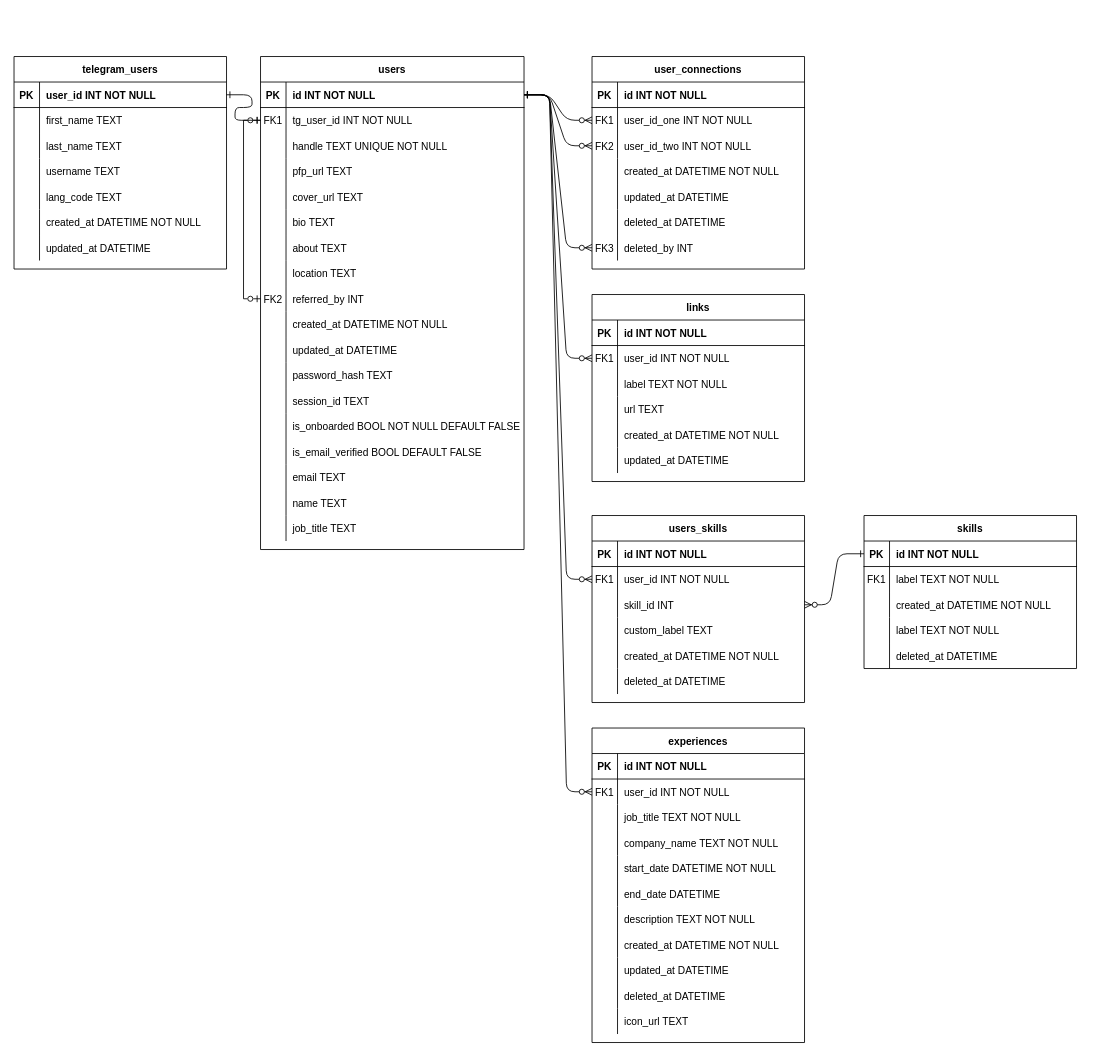
This is tg-profile-entity-class-diagram.drawio from ImWaynnee/tg-profile-class-diagram, a draw.io file, before an edit. Source tidied: cells renumbered, new cells numbered last; positions are measured from the earlier drawing's top-left corner, leaving out a move shared by most shapes. Both pictures are drawn from the tidied source at 85%, with x=0, y=0 at pixel (14, 56).
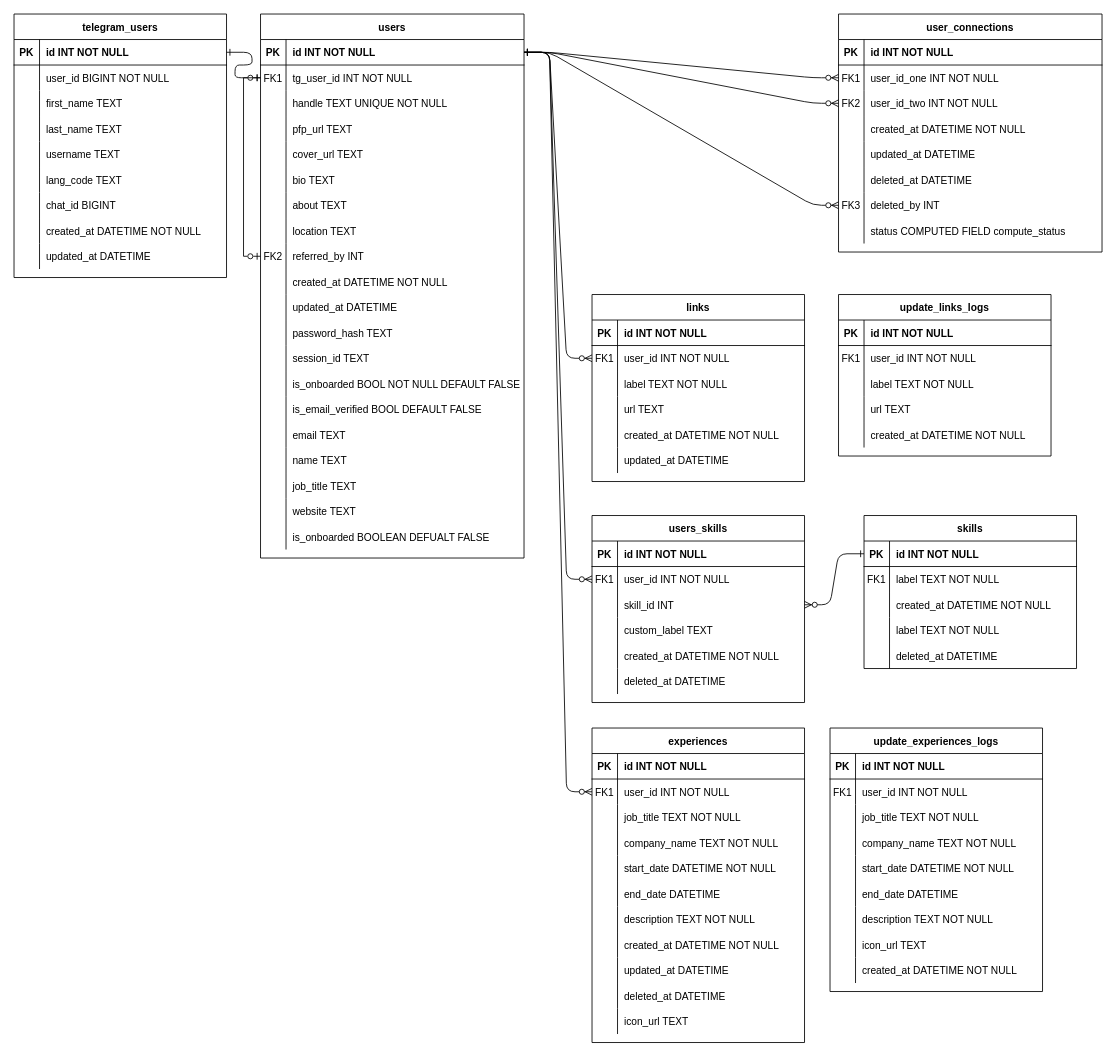
The same page after the edit.

Unchanged cells that the change refers to:
```xml
<mxCell id="79" style="shape=partialRectangle;fillColor=none;points=[[0,0.5],[1,0.5]];portConstraint=eastwest;top=0;left=0;right=0;bottom=1;" parent="78" vertex="1">
  <mxGeometry y="30" width="250" height="30" as="geometry" />
</mxCell>
```

Diff of the diagram source:
```diff
@@
     <mxCell id="4" value="users" style="shape=table;startSize=30;childLayout=tableLayout;rowLines=0;fontStyle=1;align=center;" parent="1" vertex="1">
-      <mxGeometry x="290" width="310" height="580" as="geometry" />
+      <mxGeometry x="290" y="-50" width="310" height="640" as="geometry" />
     </mxCell>
@@
+    <mxCell id="199" style="shape=partialRectangle;fillColor=none;top=0;left=0;right=0;bottom=0;" parent="4" vertex="1">
+      <mxGeometry y="540" width="310" height="30" as="geometry" />
+    </mxCell>
+    <mxCell id="200" style="shape=partialRectangle;overflow=hidden;fillColor=none;top=0;left=0;bottom=0;right=0;" parent="199" vertex="1">
+      <mxGeometry width="30" height="30" as="geometry" />
+    </mxCell>
+    <mxCell id="201" value="job_title TEXT" style="shape=partialRectangle;overflow=hidden;fillColor=none;top=0;left=0;bottom=0;right=0;align=left;spacingLeft=6;" parent="199" vertex="1">
+      <mxGeometry x="30" width="280" height="30" as="geometry" />
+    </mxCell>
+    <mxCell id="202" style="shape=partialRectangle;fillColor=none;top=0;left=0;right=0;bottom=0;" parent="4" vertex="1">
+      <mxGeometry y="570" width="310" height="30" as="geometry" />
+    </mxCell>
+    <mxCell id="203" style="shape=partialRectangle;overflow=hidden;fillColor=none;top=0;left=0;bottom=0;right=0;" parent="202" vertex="1">
+      <mxGeometry width="30" height="30" as="geometry" />
+    </mxCell>
+    <mxCell id="204" value="website TEXT" style="shape=partialRectangle;overflow=hidden;fillColor=none;top=0;left=0;bottom=0;right=0;align=left;spacingLeft=6;" parent="202" vertex="1">
+      <mxGeometry x="30" width="280" height="30" as="geometry" />
+    </mxCell>
     <mxCell id="56" style="shape=partialRectangle;fillColor=none;top=0;left=0;right=0;bottom=0;" parent="4" vertex="1">
-      <mxGeometry y="540" width="310" height="30" as="geometry" />
+      <mxGeometry y="600" width="310" height="30" as="geometry" />
     </mxCell>
@@
-    <mxCell id="58" value="job_title TEXT" style="shape=partialRectangle;overflow=hidden;fillColor=none;top=0;left=0;bottom=0;right=0;align=left;spacingLeft=6;" parent="56" vertex="1">
+    <mxCell id="58" value="is_onboarded BOOLEAN DEFUALT FALSE" style="shape=partialRectangle;overflow=hidden;fillColor=none;top=0;left=0;bottom=0;right=0;align=left;spacingLeft=6;" parent="56" vertex="1">
       <mxGeometry x="30" width="280" height="30" as="geometry" />
     </mxCell>
@@
     <mxCell id="78" value="telegram_users" style="shape=table;startSize=30;childLayout=tableLayout;rowLines=0;fontStyle=1;align=center;" parent="1" vertex="1">
-      <mxGeometry width="250" height="250" as="geometry" />
+      <mxGeometry y="-50" width="250" height="310" as="geometry" />
     </mxCell>
@@
-    <mxCell id="81" value="user_id INT NOT NULL " style="shape=partialRectangle;overflow=hidden;fillColor=none;top=0;left=0;bottom=0;right=0;align=left;spacingLeft=6;fontStyle=1;" parent="79" vertex="1">
+    <mxCell id="81" value="id INT NOT NULL " style="shape=partialRectangle;overflow=hidden;fillColor=none;top=0;left=0;bottom=0;right=0;align=left;spacingLeft=6;fontStyle=1;" parent="79" vertex="1">
       <mxGeometry x="30" width="220" height="30" as="geometry" />
     </mxCell>
+    <mxCell id="205" style="shape=partialRectangle;fillColor=none;top=0;left=0;right=0;bottom=0;" parent="78" vertex="1">
+      <mxGeometry y="60" width="250" height="30" as="geometry" />
+    </mxCell>
+    <mxCell id="206" style="shape=partialRectangle;overflow=hidden;fillColor=none;top=0;left=0;bottom=0;right=0;" parent="205" vertex="1">
+      <mxGeometry width="30" height="30" as="geometry" />
+    </mxCell>
+    <mxCell id="207" value="user_id BIGINT NOT NULL" style="shape=partialRectangle;overflow=hidden;fillColor=none;top=0;left=0;bottom=0;right=0;align=left;spacingLeft=6;" parent="205" vertex="1">
+      <mxGeometry x="30" width="220" height="30" as="geometry" />
+    </mxCell>
     <mxCell id="82" style="shape=partialRectangle;fillColor=none;top=0;left=0;right=0;bottom=0;" parent="78" vertex="1">
-      <mxGeometry y="60" width="250" height="30" as="geometry" />
+      <mxGeometry y="90" width="250" height="30" as="geometry" />
     </mxCell>
@@
     <mxCell id="85" style="shape=partialRectangle;fillColor=none;top=0;left=0;right=0;bottom=0;" parent="78" vertex="1">
-      <mxGeometry y="90" width="250" height="30" as="geometry" />
+      <mxGeometry y="120" width="250" height="30" as="geometry" />
     </mxCell>
@@
     <mxCell id="88" style="shape=partialRectangle;fillColor=none;top=0;left=0;right=0;bottom=0;" parent="78" vertex="1">
-      <mxGeometry y="120" width="250" height="30" as="geometry" />
+      <mxGeometry y="150" width="250" height="30" as="geometry" />
     </mxCell>
@@
     <mxCell id="91" style="shape=partialRectangle;fillColor=none;top=0;left=0;right=0;bottom=0;" parent="78" vertex="1">
-      <mxGeometry y="150" width="250" height="30" as="geometry" />
+      <mxGeometry y="180" width="250" height="30" as="geometry" />
     </mxCell>
@@
+    <mxCell id="208" style="shape=partialRectangle;fillColor=none;top=0;left=0;right=0;bottom=0;" parent="78" vertex="1">
+      <mxGeometry y="210" width="250" height="30" as="geometry" />
+    </mxCell>
+    <mxCell id="209" style="shape=partialRectangle;overflow=hidden;fillColor=none;top=0;left=0;bottom=0;right=0;" parent="208" vertex="1">
+      <mxGeometry width="30" height="30" as="geometry" />
+    </mxCell>
+    <mxCell id="210" value="chat_id BIGINT" style="shape=partialRectangle;overflow=hidden;fillColor=none;top=0;left=0;bottom=0;right=0;align=left;spacingLeft=6;" parent="208" vertex="1">
+      <mxGeometry x="30" width="220" height="30" as="geometry" />
+    </mxCell>
     <mxCell id="94" style="shape=partialRectangle;fillColor=none;top=0;left=0;right=0;bottom=0;" parent="78" vertex="1">
-      <mxGeometry y="180" width="250" height="30" as="geometry" />
+      <mxGeometry y="240" width="250" height="30" as="geometry" />
     </mxCell>
@@
     <mxCell id="97" style="shape=partialRectangle;fillColor=none;top=0;left=0;right=0;bottom=0;" parent="78" vertex="1">
-      <mxGeometry y="210" width="250" height="30" as="geometry" />
+      <mxGeometry y="270" width="250" height="30" as="geometry" />
     </mxCell>
@@
     <mxCell id="137" value="user_connections" style="shape=table;startSize=30;childLayout=tableLayout;rowLines=0;fontStyle=1;align=center;" parent="1" vertex="1">
-      <mxGeometry x="680" width="250" height="250" as="geometry" />
+      <mxGeometry x="970" y="-50" width="310" height="280" as="geometry" />
     </mxCell>
     <mxCell id="138" style="shape=partialRectangle;fillColor=none;top=0;left=0;right=0;bottom=1;" parent="137" vertex="1">
-      <mxGeometry y="30" width="250" height="30" as="geometry" />
+      <mxGeometry y="30" width="310" height="30" as="geometry" />
     </mxCell>
@@
     <mxCell id="140" value="id INT NOT NULL" style="shape=partialRectangle;overflow=hidden;fillColor=none;top=0;left=0;bottom=0;right=0;align=left;spacingLeft=6;fontStyle=1;" parent="138" vertex="1">
-      <mxGeometry x="30" width="220" height="30" as="geometry" />
+      <mxGeometry x="30" width="280" height="30" as="geometry" />
     </mxCell>
     <mxCell id="141" style="shape=partialRectangle;fillColor=none;points=[[0,0.5],[1,0.5]];portConstraint=eastwest;top=0;left=0;right=0;bottom=0;" parent="137" vertex="1">
-      <mxGeometry y="60" width="250" height="30" as="geometry" />
+      <mxGeometry y="60" width="310" height="30" as="geometry" />
     </mxCell>
@@
     <mxCell id="143" value="user_id_one INT NOT NULL" style="shape=partialRectangle;overflow=hidden;fillColor=none;top=0;left=0;bottom=0;right=0;align=left;spacingLeft=6;" parent="141" vertex="1">
-      <mxGeometry x="30" width="220" height="30" as="geometry" />
+      <mxGeometry x="30" width="280" height="30" as="geometry" />
     </mxCell>
     <mxCell id="144" style="shape=partialRectangle;fillColor=none;points=[[0,0.5],[1,0.5]];portConstraint=eastwest;top=0;left=0;right=0;bottom=0;" parent="137" vertex="1">
-      <mxGeometry y="90" width="250" height="30" as="geometry" />
+      <mxGeometry y="90" width="310" height="30" as="geometry" />
     </mxCell>
@@
     <mxCell id="146" value="user_id_two INT NOT NULL" style="shape=partialRectangle;overflow=hidden;fillColor=none;top=0;left=0;bottom=0;right=0;align=left;spacingLeft=6;" parent="144" vertex="1">
-      <mxGeometry x="30" width="220" height="30" as="geometry" />
+      <mxGeometry x="30" width="280" height="30" as="geometry" />
     </mxCell>
     <mxCell id="147" style="shape=partialRectangle;fillColor=none;top=0;left=0;right=0;bottom=0;" parent="137" vertex="1">
-      <mxGeometry y="120" width="250" height="30" as="geometry" />
+      <mxGeometry y="120" width="310" height="30" as="geometry" />
     </mxCell>
@@
     <mxCell id="149" value="created_at DATETIME NOT NULL" style="shape=partialRectangle;overflow=hidden;fillColor=none;top=0;left=0;bottom=0;right=0;align=left;spacingLeft=6;" parent="147" vertex="1">
-      <mxGeometry x="30" width="220" height="30" as="geometry" />
+      <mxGeometry x="30" width="280" height="30" as="geometry" />
     </mxCell>
     <mxCell id="150" style="shape=partialRectangle;fillColor=none;top=0;left=0;right=0;bottom=0;" parent="137" vertex="1">
-      <mxGeometry y="150" width="250" height="30" as="geometry" />
+      <mxGeometry y="150" width="310" height="30" as="geometry" />
     </mxCell>
@@
     <mxCell id="152" value="updated_at DATETIME" style="shape=partialRectangle;overflow=hidden;fillColor=none;top=0;left=0;bottom=0;right=0;align=left;spacingLeft=6;" parent="150" vertex="1">
-      <mxGeometry x="30" width="220" height="30" as="geometry" />
+      <mxGeometry x="30" width="280" height="30" as="geometry" />
     </mxCell>
     <mxCell id="153" style="shape=partialRectangle;fillColor=none;top=0;left=0;right=0;bottom=0;" parent="137" vertex="1">
-      <mxGeometry y="180" width="250" height="30" as="geometry" />
+      <mxGeometry y="180" width="310" height="30" as="geometry" />
     </mxCell>
@@
     <mxCell id="155" value="deleted_at DATETIME" style="shape=partialRectangle;overflow=hidden;fillColor=none;top=0;left=0;bottom=0;right=0;align=left;spacingLeft=6;" parent="153" vertex="1">
-      <mxGeometry x="30" width="220" height="30" as="geometry" />
+      <mxGeometry x="30" width="280" height="30" as="geometry" />
     </mxCell>
     <mxCell id="156" style="shape=partialRectangle;fillColor=none;points=[[0,0.5],[1,0.5]];portConstraint=eastwest;top=0;left=0;right=0;bottom=0;" parent="137" vertex="1">
-      <mxGeometry y="210" width="250" height="30" as="geometry" />
+      <mxGeometry y="210" width="310" height="30" as="geometry" />
     </mxCell>
@@
     <mxCell id="158" value="deleted_by INT" style="shape=partialRectangle;overflow=hidden;fillColor=none;top=0;left=0;bottom=0;right=0;align=left;spacingLeft=6;" parent="156" vertex="1">
-      <mxGeometry x="30" width="220" height="30" as="geometry" />
+      <mxGeometry x="30" width="280" height="30" as="geometry" />
     </mxCell>
+    <mxCell id="211" style="shape=partialRectangle;fillColor=none;top=0;left=0;right=0;bottom=0;" parent="137" vertex="1">
+      <mxGeometry y="240" width="310" height="30" as="geometry" />
+    </mxCell>
+    <mxCell id="212" style="shape=partialRectangle;overflow=hidden;fillColor=none;top=0;left=0;bottom=0;right=0;" parent="211" vertex="1">
+      <mxGeometry width="30" height="30" as="geometry" />
+    </mxCell>
+    <mxCell id="213" value="status COMPUTED FIELD compute_status" style="shape=partialRectangle;overflow=hidden;fillColor=none;top=0;left=0;bottom=0;right=0;align=left;spacingLeft=6;" parent="211" vertex="1">
+      <mxGeometry x="30" width="280" height="30" as="geometry" />
+    </mxCell>
@@
+    <mxCell id="214" value="update_links_logs" style="shape=table;startSize=30;childLayout=tableLayout;rowLines=0;fontStyle=1;align=center;" parent="1" vertex="1">
+      <mxGeometry x="970" y="280" width="250" height="190" as="geometry" />
+    </mxCell>
+    <mxCell id="215" style="shape=partialRectangle;fillColor=none;top=0;left=0;right=0;bottom=1;" parent="214" vertex="1">
+      <mxGeometry y="30" width="250" height="30" as="geometry" />
+    </mxCell>
+    <mxCell id="216" value="PK" style="shape=partialRectangle;overflow=hidden;fillColor=none;top=0;left=0;bottom=0;right=0;fontStyle=1;" parent="215" vertex="1">
+      <mxGeometry width="30" height="30" as="geometry" />
+    </mxCell>
+    <mxCell id="217" value="id INT NOT NULL" style="shape=partialRectangle;overflow=hidden;fillColor=none;top=0;left=0;bottom=0;right=0;align=left;spacingLeft=6;fontStyle=1;" parent="215" vertex="1">
+      <mxGeometry x="30" width="220" height="30" as="geometry" />
+    </mxCell>
+    <mxCell id="218" style="shape=partialRectangle;fillColor=none;top=0;left=0;right=0;bottom=0;" parent="214" vertex="1">
+      <mxGeometry y="60" width="250" height="30" as="geometry" />
+    </mxCell>
+    <mxCell id="219" value="FK1" style="shape=partialRectangle;overflow=hidden;fillColor=none;top=0;left=0;bottom=0;right=0;" parent="218" vertex="1">
+      <mxGeometry width="30" height="30" as="geometry" />
+    </mxCell>
+    <mxCell id="220" value="user_id INT NOT NULL" style="shape=partialRectangle;overflow=hidden;fillColor=none;top=0;left=0;bottom=0;right=0;align=left;spacingLeft=6;" parent="218" vertex="1">
+      <mxGeometry x="30" width="220" height="30" as="geometry" />
+    </mxCell>
+    <mxCell id="221" style="shape=partialRectangle;fillColor=none;top=0;left=0;right=0;bottom=0;" parent="214" vertex="1">
+      <mxGeometry y="90" width="250" height="30" as="geometry" />
+    </mxCell>
+    <mxCell id="222" style="shape=partialRectangle;overflow=hidden;fillColor=none;top=0;left=0;bottom=0;right=0;" parent="221" vertex="1">
+      <mxGeometry width="30" height="30" as="geometry" />
+    </mxCell>
+    <mxCell id="223" value="label TEXT NOT NULL" style="shape=partialRectangle;overflow=hidden;fillColor=none;top=0;left=0;bottom=0;right=0;align=left;spacingLeft=6;" parent="221" vertex="1">
+      <mxGeometry x="30" width="220" height="30" as="geometry" />
+    </mxCell>
+    <mxCell id="224" style="shape=partialRectangle;fillColor=none;top=0;left=0;right=0;bottom=0;" parent="214" vertex="1">
+      <mxGeometry y="120" width="250" height="30" as="geometry" />
+    </mxCell>
+    <mxCell id="225" style="shape=partialRectangle;overflow=hidden;fillColor=none;top=0;left=0;bottom=0;right=0;" parent="224" vertex="1">
+      <mxGeometry width="30" height="30" as="geometry" />
+    </mxCell>
+    <mxCell id="226" value="url TEXT" style="shape=partialRectangle;overflow=hidden;fillColor=none;top=0;left=0;bottom=0;right=0;align=left;spacingLeft=6;" parent="224" vertex="1">
+      <mxGeometry x="30" width="220" height="30" as="geometry" />
+    </mxCell>
+    <mxCell id="227" style="shape=partialRectangle;fillColor=none;top=0;left=0;right=0;bottom=0;" parent="214" vertex="1">
+      <mxGeometry y="150" width="250" height="30" as="geometry" />
+    </mxCell>
+    <mxCell id="228" style="shape=partialRectangle;overflow=hidden;fillColor=none;top=0;left=0;bottom=0;right=0;" parent="227" vertex="1">
+      <mxGeometry width="30" height="30" as="geometry" />
+    </mxCell>
+    <mxCell id="229" value="created_at DATETIME NOT NULL" style="shape=partialRectangle;overflow=hidden;fillColor=none;top=0;left=0;bottom=0;right=0;align=left;spacingLeft=6;" parent="227" vertex="1">
+      <mxGeometry x="30" width="220" height="30" as="geometry" />
+    </mxCell>
+    <mxCell id="230" value="update_experiences_logs" style="shape=table;startSize=30;childLayout=tableLayout;rowLines=0;fontStyle=1;align=center;" parent="1" vertex="1">
+      <mxGeometry x="960" y="790" width="250" height="310" as="geometry" />
+    </mxCell>
+    <mxCell id="231" style="shape=partialRectangle;fillColor=none;top=0;left=0;right=0;bottom=1;" parent="230" vertex="1">
+      <mxGeometry y="30" width="250" height="30" as="geometry" />
+    </mxCell>
+    <mxCell id="232" value="PK" style="shape=partialRectangle;overflow=hidden;fillColor=none;top=0;left=0;bottom=0;right=0;fontStyle=1;" parent="231" vertex="1">
+      <mxGeometry width="30" height="30" as="geometry" />
+    </mxCell>
+    <mxCell id="233" value="id INT NOT NULL" style="shape=partialRectangle;overflow=hidden;fillColor=none;top=0;left=0;bottom=0;right=0;align=left;spacingLeft=6;fontStyle=1;" parent="231" vertex="1">
+      <mxGeometry x="30" width="220" height="30" as="geometry" />
+    </mxCell>
+    <mxCell id="234" style="shape=partialRectangle;fillColor=none;top=0;left=0;right=0;bottom=0;" parent="230" vertex="1">
+      <mxGeometry y="60" width="250" height="30" as="geometry" />
+    </mxCell>
+    <mxCell id="235" value="FK1" style="shape=partialRectangle;overflow=hidden;fillColor=none;top=0;left=0;bottom=0;right=0;" parent="234" vertex="1">
+      <mxGeometry width="30" height="30" as="geometry" />
+    </mxCell>
+    <mxCell id="236" value="user_id INT NOT NULL" style="shape=partialRectangle;overflow=hidden;fillColor=none;top=0;left=0;bottom=0;right=0;align=left;spacingLeft=6;" parent="234" vertex="1">
+      <mxGeometry x="30" width="220" height="30" as="geometry" />
+    </mxCell>
+    <mxCell id="237" style="shape=partialRectangle;fillColor=none;top=0;left=0;right=0;bottom=0;" parent="230" vertex="1">
+      <mxGeometry y="90" width="250" height="30" as="geometry" />
+    </mxCell>
+    <mxCell id="238" style="shape=partialRectangle;overflow=hidden;fillColor=none;top=0;left=0;bottom=0;right=0;" parent="237" vertex="1">
+      <mxGeometry width="30" height="30" as="geometry" />
+    </mxCell>
+    <mxCell id="239" value="job_title TEXT NOT NULL" style="shape=partialRectangle;overflow=hidden;fillColor=none;top=0;left=0;bottom=0;right=0;align=left;spacingLeft=6;" parent="237" vertex="1">
+      <mxGeometry x="30" width="220" height="30" as="geometry" />
+    </mxCell>
+    <mxCell id="240" style="shape=partialRectangle;fillColor=none;top=0;left=0;right=0;bottom=0;" parent="230" vertex="1">
+      <mxGeometry y="120" width="250" height="30" as="geometry" />
+    </mxCell>
+    <mxCell id="241" style="shape=partialRectangle;overflow=hidden;fillColor=none;top=0;left=0;bottom=0;right=0;" parent="240" vertex="1">
+      <mxGeometry width="30" height="30" as="geometry" />
+    </mxCell>
+    <mxCell id="242" value="company_name TEXT NOT NULL" style="shape=partialRectangle;overflow=hidden;fillColor=none;top=0;left=0;bottom=0;right=0;align=left;spacingLeft=6;" parent="240" vertex="1">
+      <mxGeometry x="30" width="220" height="30" as="geometry" />
+    </mxCell>
+    <mxCell id="243" style="shape=partialRectangle;fillColor=none;top=0;left=0;right=0;bottom=0;" parent="230" vertex="1">
+      <mxGeometry y="150" width="250" height="30" as="geometry" />
+    </mxCell>
+    <mxCell id="244" style="shape=partialRectangle;overflow=hidden;fillColor=none;top=0;left=0;bottom=0;right=0;" parent="243" vertex="1">
+      <mxGeometry width="30" height="30" as="geometry" />
+    </mxCell>
+    <mxCell id="245" value="start_date DATETIME NOT NULL" style="shape=partialRectangle;overflow=hidden;fillColor=none;top=0;left=0;bottom=0;right=0;align=left;spacingLeft=6;" parent="243" vertex="1">
+      <mxGeometry x="30" width="220" height="30" as="geometry" />
+    </mxCell>
+    <mxCell id="246" style="shape=partialRectangle;fillColor=none;top=0;left=0;right=0;bottom=0;" parent="230" vertex="1">
+      <mxGeometry y="180" width="250" height="30" as="geometry" />
+    </mxCell>
+    <mxCell id="247" style="shape=partialRectangle;overflow=hidden;fillColor=none;top=0;left=0;bottom=0;right=0;" parent="246" vertex="1">
+      <mxGeometry width="30" height="30" as="geometry" />
+    </mxCell>
+    <mxCell id="248" value="end_date DATETIME" style="shape=partialRectangle;overflow=hidden;fillColor=none;top=0;left=0;bottom=0;right=0;align=left;spacingLeft=6;" parent="246" vertex="1">
+      <mxGeometry x="30" width="220" height="30" as="geometry" />
+    </mxCell>
+    <mxCell id="249" style="shape=partialRectangle;fillColor=none;top=0;left=0;right=0;bottom=0;" parent="230" vertex="1">
+      <mxGeometry y="210" width="250" height="30" as="geometry" />
+    </mxCell>
+    <mxCell id="250" style="shape=partialRectangle;overflow=hidden;fillColor=none;top=0;left=0;bottom=0;right=0;" parent="249" vertex="1">
+      <mxGeometry width="30" height="30" as="geometry" />
+    </mxCell>
+    <mxCell id="251" value="description TEXT NOT NULL" style="shape=partialRectangle;overflow=hidden;fillColor=none;top=0;left=0;bottom=0;right=0;align=left;spacingLeft=6;" parent="249" vertex="1">
+      <mxGeometry x="30" width="220" height="30" as="geometry" />
+    </mxCell>
+    <mxCell id="252" style="shape=partialRectangle;fillColor=none;top=0;left=0;right=0;bottom=0;" parent="230" vertex="1">
+      <mxGeometry y="240" width="250" height="30" as="geometry" />
+    </mxCell>
+    <mxCell id="253" style="shape=partialRectangle;overflow=hidden;fillColor=none;top=0;left=0;bottom=0;right=0;" parent="252" vertex="1">
+      <mxGeometry width="30" height="30" as="geometry" />
+    </mxCell>
+    <mxCell id="254" value="icon_url TEXT" style="shape=partialRectangle;overflow=hidden;fillColor=none;top=0;left=0;bottom=0;right=0;align=left;spacingLeft=6;" parent="252" vertex="1">
+      <mxGeometry x="30" width="220" height="30" as="geometry" />
+    </mxCell>
+    <mxCell id="255" style="shape=partialRectangle;fillColor=none;top=0;left=0;right=0;bottom=0;" parent="230" vertex="1">
+      <mxGeometry y="270" width="250" height="30" as="geometry" />
+    </mxCell>
+    <mxCell id="256" style="shape=partialRectangle;overflow=hidden;fillColor=none;top=0;left=0;bottom=0;right=0;" parent="255" vertex="1">
+      <mxGeometry width="30" height="30" as="geometry" />
+    </mxCell>
+    <mxCell id="257" value="created_at DATETIME NOT NULL" style="shape=partialRectangle;overflow=hidden;fillColor=none;top=0;left=0;bottom=0;right=0;align=left;spacingLeft=6;" parent="255" vertex="1">
+      <mxGeometry x="30" width="220" height="30" as="geometry" />
+    </mxCell>
+    <mxCell id="258" style="edgeStyle=orthogonalEdgeStyle;rounded=0;orthogonalLoop=1;jettySize=auto;html=1;exitX=1;exitY=0.5;exitDx=0;exitDy=0;" parent="230" edge="1">
+      <mxGeometry relative="1" as="geometry">
+        <mxPoint x="250" y="315" as="sourcePoint" />
+        <mxPoint x="250" y="315" as="targetPoint" />
+      </mxGeometry>
+    </mxCell>
```
